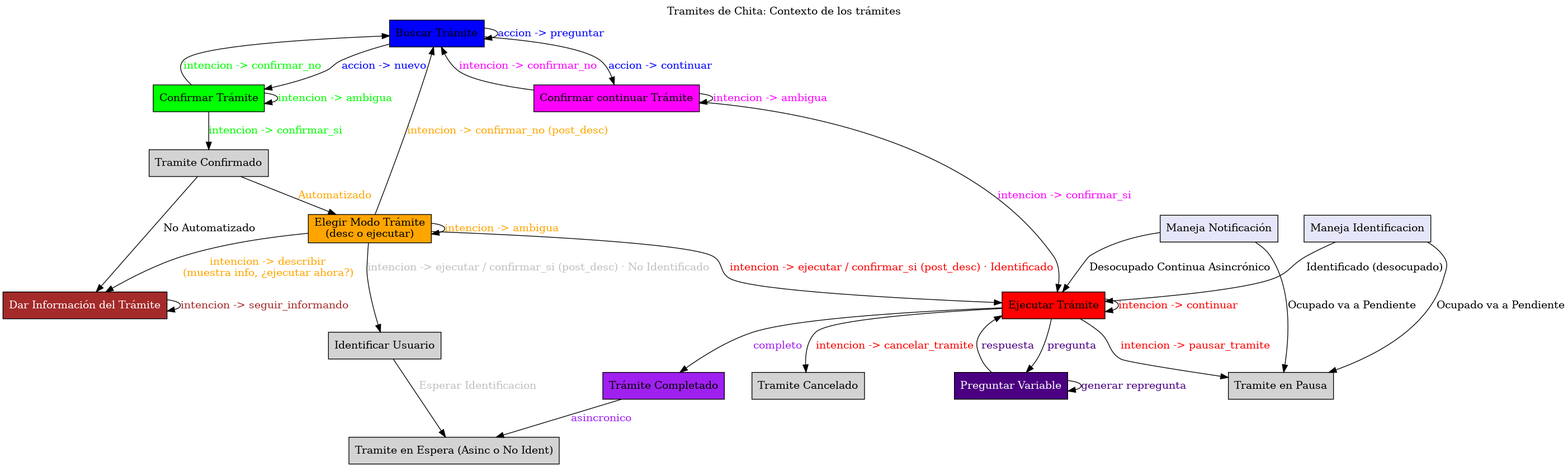
Before: fasesllm.png, a diagram exported from Graphviz (vaucheret/cheetha). Its source is kept beside it as fasesllm.dot.
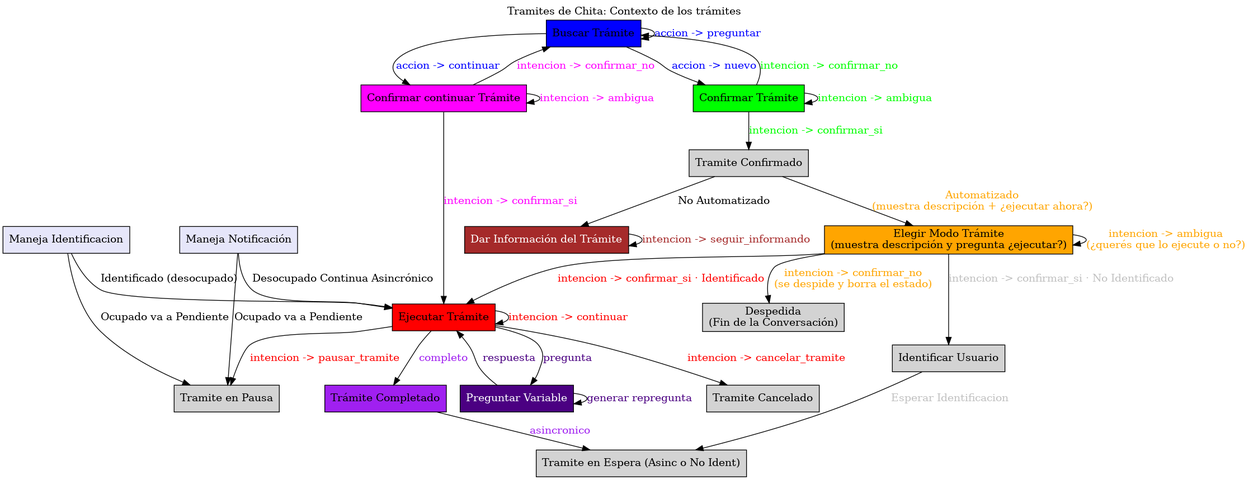
Above is the later version.

Commit message:
feat(chatbot): implement new tramite handling and user identification

What changed in the source:
```diff
@@ -13,11 +13,12 @@
     tramite_completado [label="Trámite Completado" shape=box fillcolor=purple ];
     preguntar_variable [label="Preguntar Variable" shape=box fillcolor=indigo,fontcolor=white];
     tramite_confirmado [label="Tramite Confirmado" shape=box];
-    elegir_modo_tramite [label="Elegir Modo Trámite\n(desc o ejecutar)" shape=box fillcolor=orange];
+    elegir_modo_tramite [label="Elegir Modo Trámite\n(muestra descripción y pregunta ¿ejecutar?)" shape=box fillcolor=orange];
     identificar_usuario [label="Identificar Usuario" shape=box];
     en_pausa [label="Tramite en Pausa" shape=box ];
     en_espera [label="Tramite en Espera (Asinc o No Ident)" ];
     cancelado [label="Tramite Cancelado" shape=box ];
+    fin_conversacion [label="Despedida\n(Fin de la Conversación)" shape=box ];
     handler_notificacion [label="Maneja Notificación" shape=box fillcolor=lavender];
     handler_identificacion [label="Maneja Identificacion" shape=box fillcolor=lavender];
 
@@ -27,14 +28,13 @@
 
     confirmar_tramite -> tramite_confirmado [label="intencion -> confirmar_si" fontcolor=green];
 
-    tramite_confirmado -> elegir_modo_tramite [label="Automatizado" fontcolor=orange];
+    tramite_confirmado -> elegir_modo_tramite [label="Automatizado\n(muestra descripción + ¿ejecutar ahora?)" fontcolor=orange];
     tramite_confirmado -> informar_tramite [label="No Automatizado" fontcolor=black ];
 
-    elegir_modo_tramite -> informar_tramite [label="intencion -> describir\n(muestra info, ¿ejecutar ahora?)" fontcolor=orange];
-    elegir_modo_tramite -> elegir_modo_tramite [label="intencion -> ambigua" fontcolor=orange];
-    elegir_modo_tramite -> ejecutar_tramite [label="intencion -> ejecutar / confirmar_si (post_desc) · Identificado" fontcolor=red];
-    elegir_modo_tramite -> identificar_usuario [label="intencion -> ejecutar / confirmar_si (post_desc) · No Identificado" fontcolor=gray];
-    elegir_modo_tramite -> buscar_tramite [label="intencion -> confirmar_no (post_desc)" fontcolor=orange];
+    elegir_modo_tramite -> elegir_modo_tramite [label="intencion -> ambigua\n(¿querés que lo ejecute o no?)" fontcolor=orange];
+    elegir_modo_tramite -> ejecutar_tramite [label="intencion -> confirmar_si · Identificado" fontcolor=red];
+    elegir_modo_tramite -> identificar_usuario [label="intencion -> confirmar_si · No Identificado" fontcolor=gray];
+    elegir_modo_tramite -> fin_conversacion [label="intencion -> confirmar_no\n(se despide y borra el estado)" fontcolor=orange];
 
     identificar_usuario -> en_espera [label="Esperar Identificacion" fontcolor=gray ];
     informar_tramite -> informar_tramite [label="intencion -> seguir_informando" fontcolor=brown ];
```
